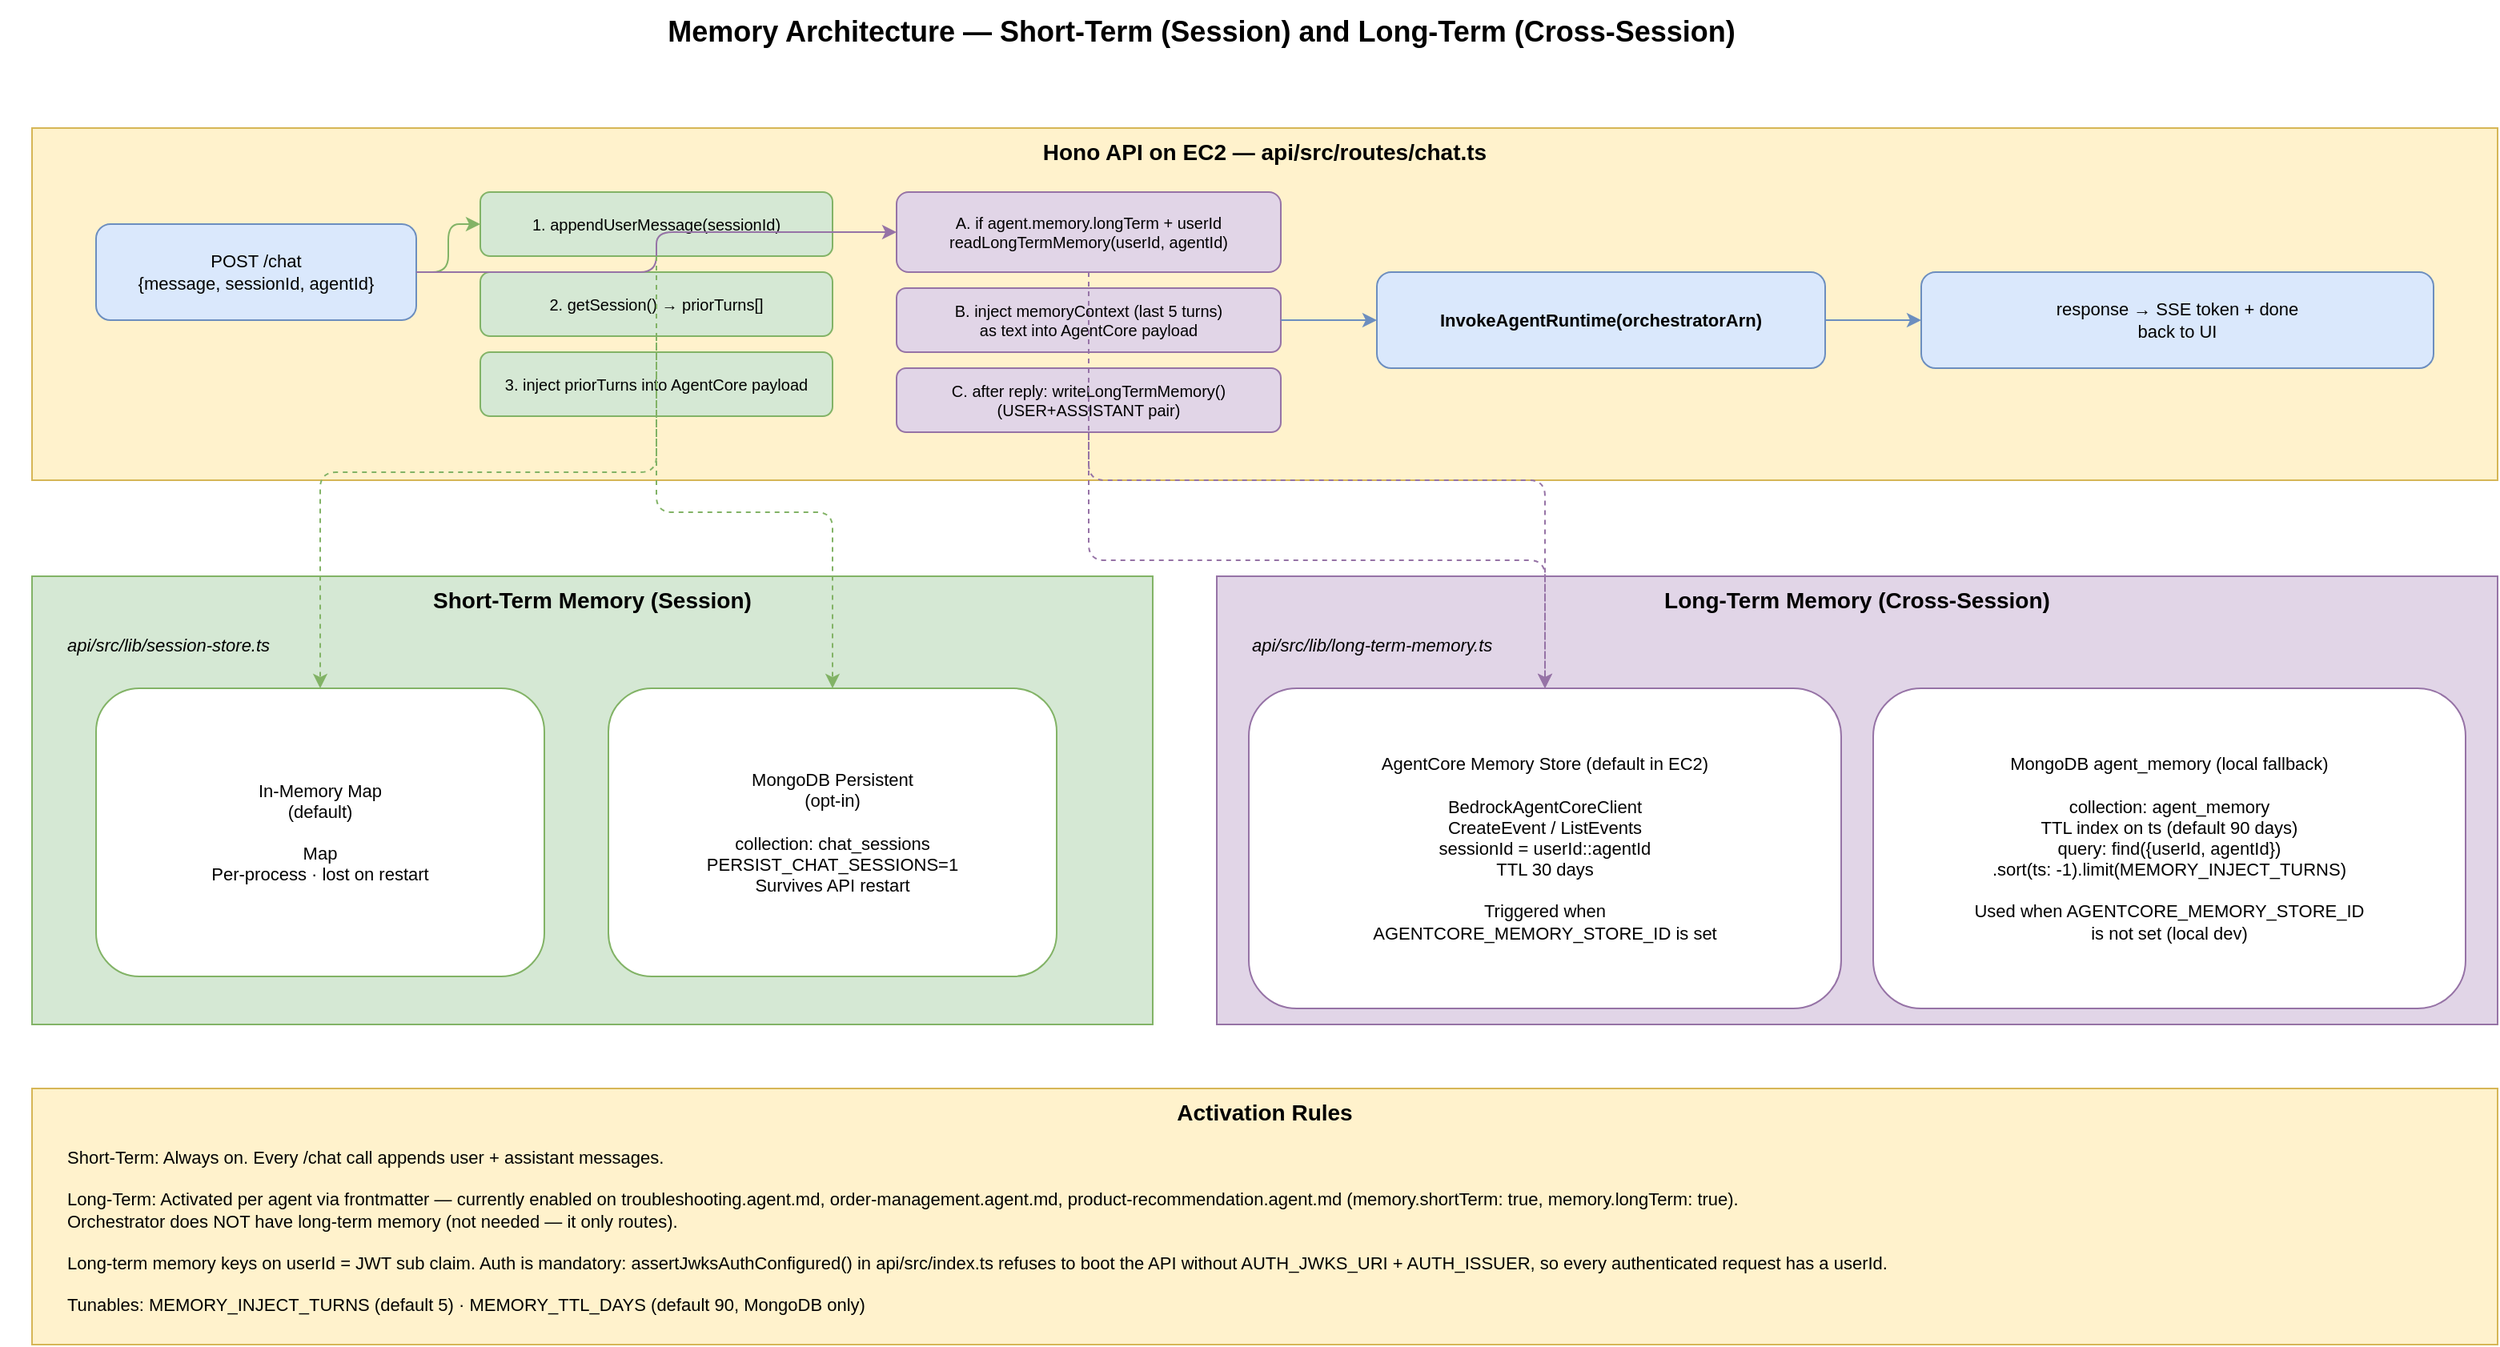
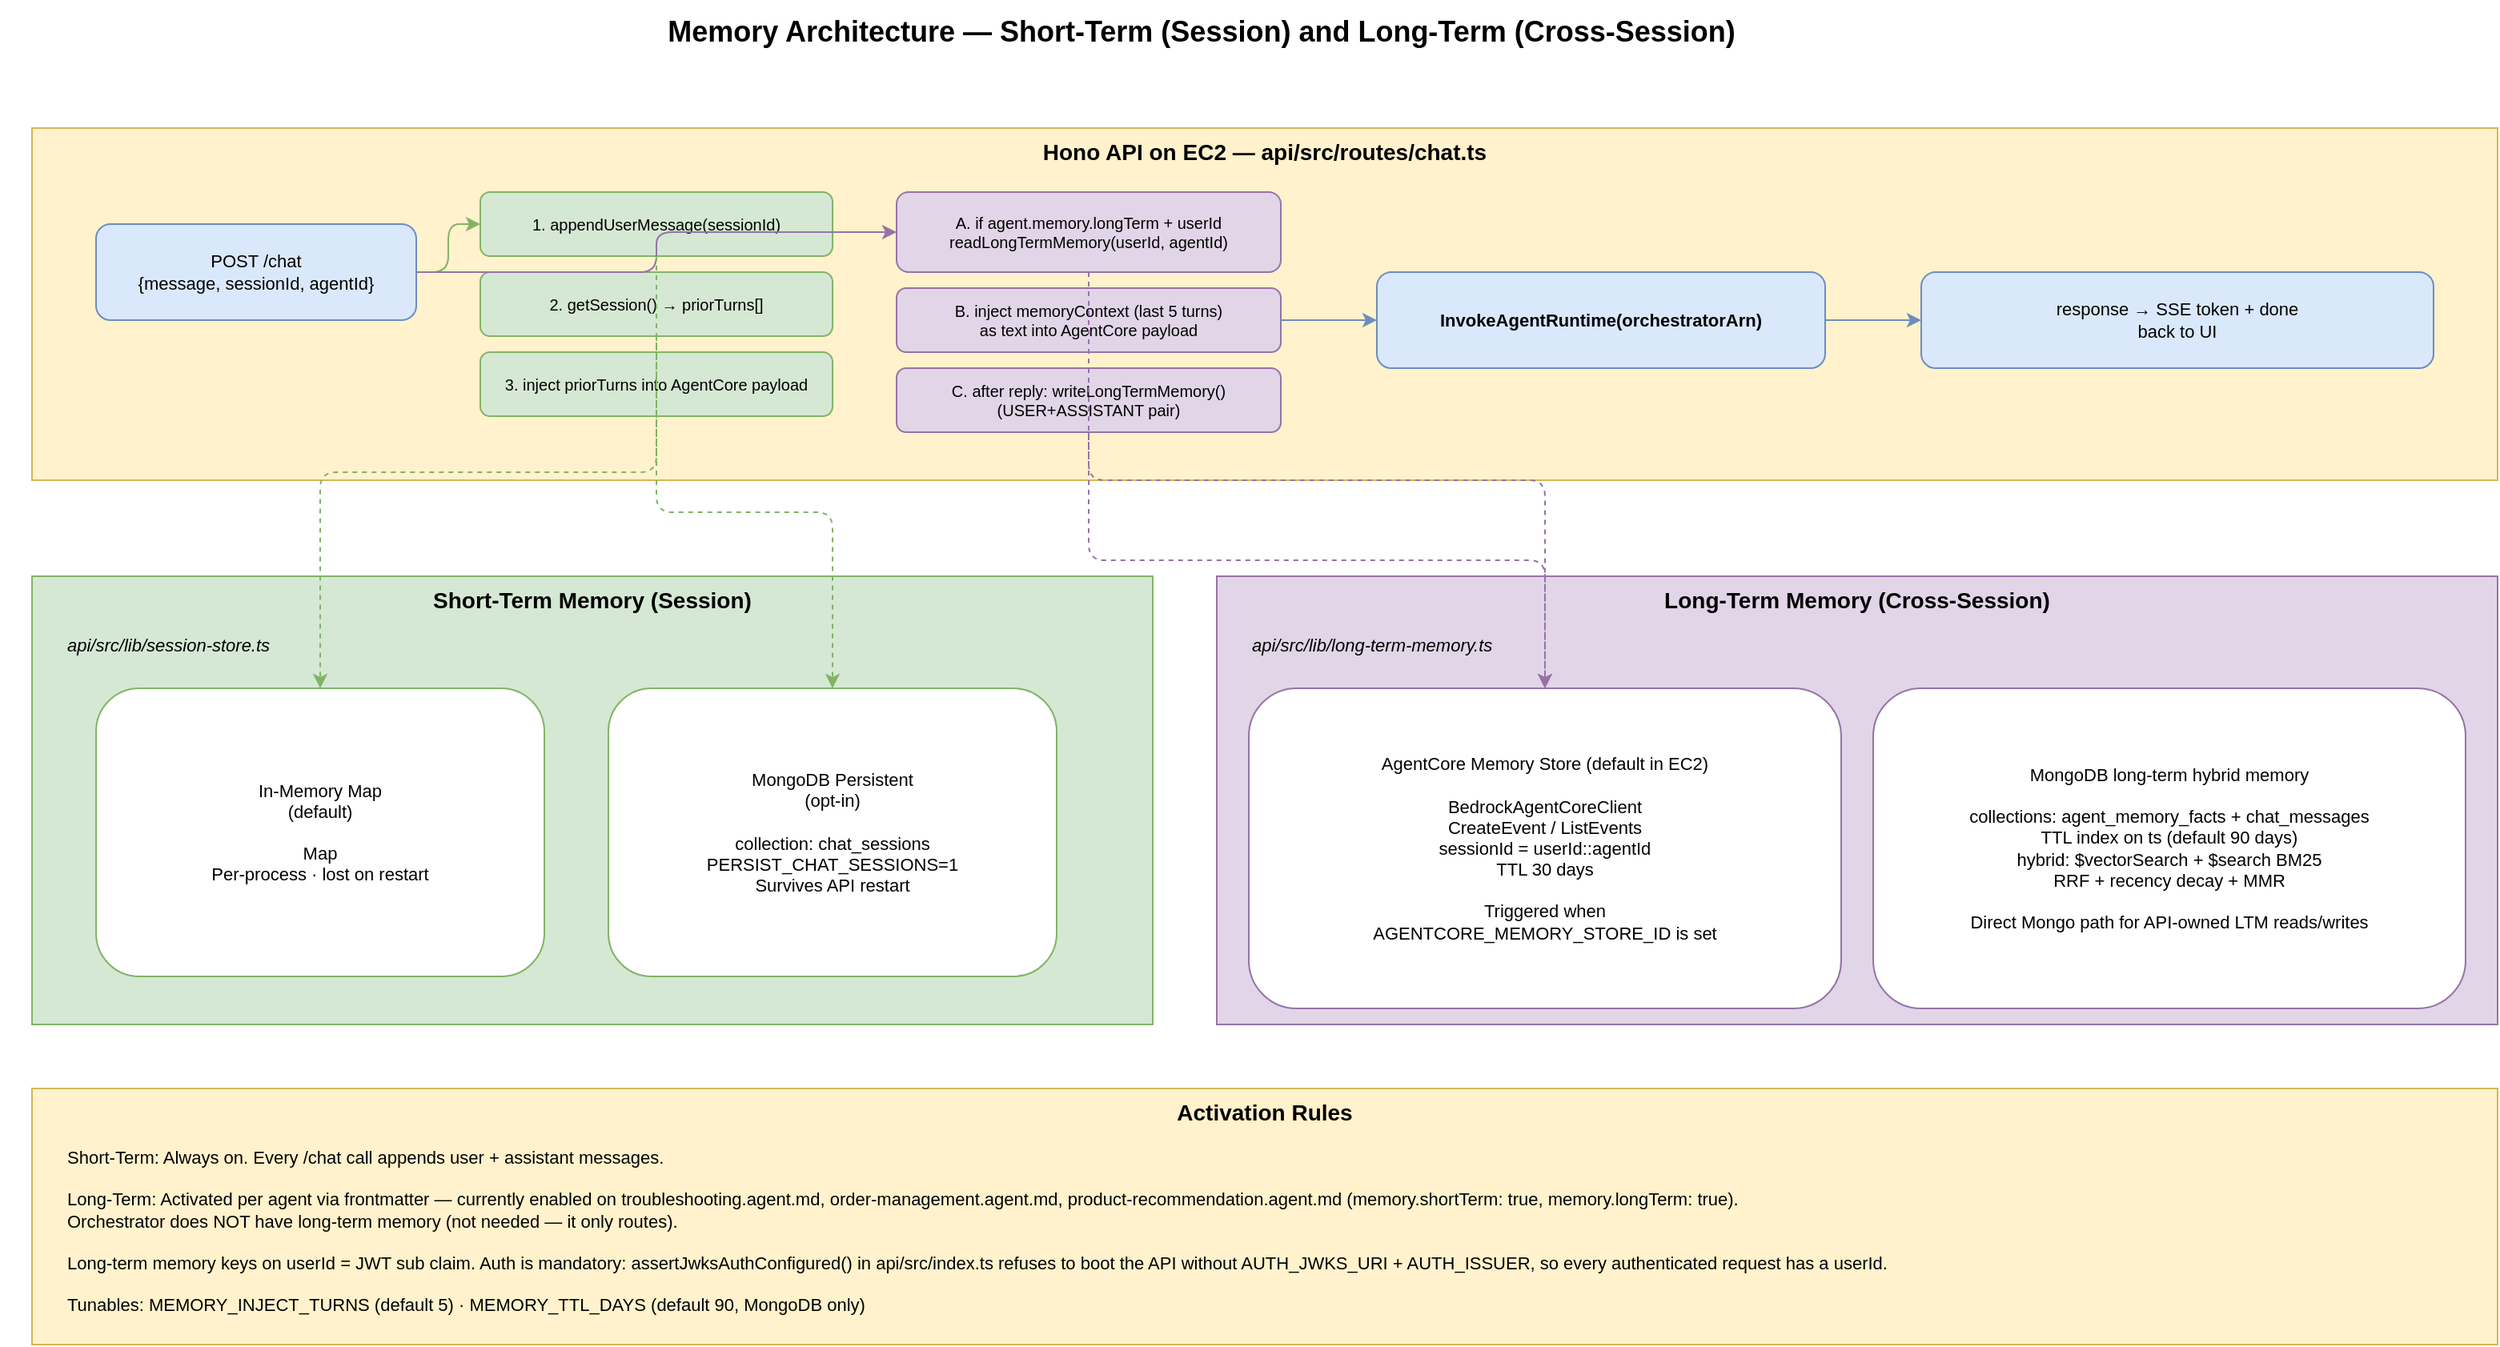
<mxfile host="app.diagrams.net" agent="Claude Code" version="24.0.0">
  <diagram id="memory-arch" name="Memory Architecture">
    <mxGraphModel dx="1600" dy="1000" grid="1" gridSize="10" page="1" pageScale="1" pageWidth="1654" pageHeight="900" math="0" shadow="0">
      <root>
        <mxCell id="0" />
        <mxCell id="1" parent="0" />

        <mxCell id="title" value="Memory Architecture — Short-Term (Session) and Long-Term (Cross-Session)" style="text;html=1;align=center;verticalAlign=middle;fontSize=18;fontStyle=1;" vertex="1" parent="1">
          <mxGeometry x="40" y="20" width="1500" height="40" as="geometry" />
        </mxCell>

        <!-- API box -->
        <mxCell id="api" value="Hono API on EC2 — api/src/routes/chat.ts" style="rounded=0;whiteSpace=wrap;html=1;fillColor=#fff2cc;strokeColor=#d6b656;fontSize=14;fontStyle=1;verticalAlign=top;" vertex="1" parent="1">
          <mxGeometry x="60" y="100" width="1540" height="220" as="geometry" />
        </mxCell>

        <mxCell id="req" value="POST /chat&#xa;{message, sessionId, agentId}" style="rounded=1;whiteSpace=wrap;html=1;fillColor=#dae8fc;strokeColor=#6c8ebf;fontSize=11;" vertex="1" parent="1">
          <mxGeometry x="100" y="160" width="200" height="60" as="geometry" />
        </mxCell>

        <!-- Short-term path -->
        <mxCell id="st-step1" value="1. appendUserMessage(sessionId)" style="rounded=1;whiteSpace=wrap;html=1;fillColor=#d5e8d4;strokeColor=#82b366;fontSize=10;" vertex="1" parent="1">
          <mxGeometry x="340" y="140" width="220" height="40" as="geometry" />
        </mxCell>
        <mxCell id="st-step2" value="2. getSession() → priorTurns[]" style="rounded=1;whiteSpace=wrap;html=1;fillColor=#d5e8d4;strokeColor=#82b366;fontSize=10;" vertex="1" parent="1">
          <mxGeometry x="340" y="190" width="220" height="40" as="geometry" />
        </mxCell>
        <mxCell id="st-step3" value="3. inject priorTurns into AgentCore payload" style="rounded=1;whiteSpace=wrap;html=1;fillColor=#d5e8d4;strokeColor=#82b366;fontSize=10;" vertex="1" parent="1">
          <mxGeometry x="340" y="240" width="220" height="40" as="geometry" />
        </mxCell>

        <!-- Long-term path -->
        <mxCell id="lt-step1" value="A. if agent.memory.longTerm + userId&#xa;readLongTermMemory(userId, agentId)" style="rounded=1;whiteSpace=wrap;html=1;fillColor=#e1d5e7;strokeColor=#9673a6;fontSize=10;" vertex="1" parent="1">
          <mxGeometry x="600" y="140" width="240" height="50" as="geometry" />
        </mxCell>
        <mxCell id="lt-step2" value="B. inject memoryContext (last 5 turns)&#xa;as text into AgentCore payload" style="rounded=1;whiteSpace=wrap;html=1;fillColor=#e1d5e7;strokeColor=#9673a6;fontSize=10;" vertex="1" parent="1">
          <mxGeometry x="600" y="200" width="240" height="40" as="geometry" />
        </mxCell>
        <mxCell id="lt-step3" value="C. after reply: writeLongTermMemory()&#xa;(USER+ASSISTANT pair)" style="rounded=1;whiteSpace=wrap;html=1;fillColor=#e1d5e7;strokeColor=#9673a6;fontSize=10;" vertex="1" parent="1">
          <mxGeometry x="600" y="250" width="240" height="40" as="geometry" />
        </mxCell>

        <mxCell id="invoke" value="InvokeAgentRuntime(orchestratorArn)" style="rounded=1;whiteSpace=wrap;html=1;fillColor=#dae8fc;strokeColor=#6c8ebf;fontSize=11;fontStyle=1;" vertex="1" parent="1">
          <mxGeometry x="900" y="190" width="280" height="60" as="geometry" />
        </mxCell>

        <mxCell id="resp" value="response → SSE token + done&#xa;back to UI" style="rounded=1;whiteSpace=wrap;html=1;fillColor=#dae8fc;strokeColor=#6c8ebf;fontSize=11;" vertex="1" parent="1">
          <mxGeometry x="1240" y="190" width="320" height="60" as="geometry" />
        </mxCell>

        <!-- Short-term storage -->
        <mxCell id="st-box" value="Short-Term Memory (Session)" style="rounded=0;whiteSpace=wrap;html=1;fillColor=#d5e8d4;strokeColor=#82b366;fontSize=14;fontStyle=1;verticalAlign=top;" vertex="1" parent="1">
          <mxGeometry x="60" y="380" width="700" height="280" as="geometry" />
        </mxCell>

        <mxCell id="st-source" value="api/src/lib/session-store.ts" style="text;html=1;align=left;fontSize=11;fontStyle=2;" vertex="1" parent="1">
          <mxGeometry x="80" y="410" width="300" height="20" as="geometry" />
        </mxCell>

        <mxCell id="st-mem" value="In-Memory Map&#xa;(default)&#xa;&#xa;Map&lt;sessionId, SessionRecord&gt;&#xa;Per-process · lost on restart" style="rounded=1;whiteSpace=wrap;html=1;fillColor=#ffffff;strokeColor=#82b366;fontSize=11;" vertex="1" parent="1">
          <mxGeometry x="100" y="450" width="280" height="180" as="geometry" />
        </mxCell>

        <mxCell id="st-mongo" value="MongoDB Persistent&#xa;(opt-in)&#xa;&#xa;collection: chat_sessions&#xa;PERSIST_CHAT_SESSIONS=1&#xa;Survives API restart" style="rounded=1;whiteSpace=wrap;html=1;fillColor=#ffffff;strokeColor=#82b366;fontSize=11;" vertex="1" parent="1">
          <mxGeometry x="420" y="450" width="280" height="180" as="geometry" />
        </mxCell>

        <!-- Long-term storage -->
        <mxCell id="lt-box" value="Long-Term Memory (Cross-Session)" style="rounded=0;whiteSpace=wrap;html=1;fillColor=#e1d5e7;strokeColor=#9673a6;fontSize=14;fontStyle=1;verticalAlign=top;" vertex="1" parent="1">
          <mxGeometry x="800" y="380" width="800" height="280" as="geometry" />
        </mxCell>

        <mxCell id="lt-source" value="api/src/lib/long-term-memory.ts" style="text;html=1;align=left;fontSize=11;fontStyle=2;" vertex="1" parent="1">
          <mxGeometry x="820" y="410" width="300" height="20" as="geometry" />
        </mxCell>

        <mxCell id="lt-ac" value="AgentCore Memory Store (default in EC2)&#xa;&#xa;BedrockAgentCoreClient&#xa;CreateEvent / ListEvents&#xa;sessionId = userId::agentId&#xa;TTL 30 days&#xa;&#xa;Triggered when&#xa;AGENTCORE_MEMORY_STORE_ID is set" style="rounded=1;whiteSpace=wrap;html=1;fillColor=#ffffff;strokeColor=#9673a6;fontSize=11;" vertex="1" parent="1">
          <mxGeometry x="820" y="450" width="370" height="200" as="geometry" />
        </mxCell>

-         <mxCell id="lt-mongo" value="MongoDB agent_memory (local fallback)&#xa;&#xa;collection: agent_memory&#xa;TTL index on ts (default 90 days)&#xa;query: find({userId, agentId})&#xa;.sort(ts: -1).limit(MEMORY_INJECT_TURNS)&#xa;&#xa;Used when AGENTCORE_MEMORY_STORE_ID&#xa;is not set (local dev)" style="rounded=1;whiteSpace=wrap;html=1;fillColor=#ffffff;strokeColor=#9673a6;fontSize=11;" vertex="1" parent="1">
+         <mxCell id="lt-mongo" value="MongoDB long-term hybrid memory&#xa;&#xa;collections: agent_memory_facts + chat_messages&#xa;TTL index on ts (default 90 days)&#xa;hybrid: $vectorSearch + $search BM25&#xa;RRF + recency decay + MMR&#xa;&#xa;Direct Mongo path for API-owned LTM reads/writes" style="rounded=1;whiteSpace=wrap;html=1;fillColor=#ffffff;strokeColor=#9673a6;fontSize=11;" vertex="1" parent="1">
          <mxGeometry x="1210" y="450" width="370" height="200" as="geometry" />
        </mxCell>

        <!-- Activation rules -->
        <mxCell id="rules-box" value="Activation Rules" style="rounded=0;whiteSpace=wrap;html=1;fillColor=#fff2cc;strokeColor=#d6b656;fontSize=14;fontStyle=1;verticalAlign=top;" vertex="1" parent="1">
          <mxGeometry x="60" y="700" width="1540" height="160" as="geometry" />
        </mxCell>

        <mxCell id="rules" value="Short-Term: Always on. Every /chat call appends user + assistant messages.&#xa;&#xa;Long-Term: Activated per agent via frontmatter — currently enabled on troubleshooting.agent.md, order-management.agent.md, product-recommendation.agent.md (memory.shortTerm: true, memory.longTerm: true).&#xa;Orchestrator does NOT have long-term memory (not needed — it only routes).&#xa;&#xa;Long-term memory keys on userId = JWT sub claim. Auth is mandatory: assertJwksAuthConfigured() in api/src/index.ts refuses to boot the API without AUTH_JWKS_URI + AUTH_ISSUER, so every authenticated request has a userId.&#xa;&#xa;Tunables: MEMORY_INJECT_TURNS (default 5)  ·  MEMORY_TTL_DAYS (default 90, MongoDB only)" style="text;html=1;align=left;verticalAlign=top;fontSize=11;" vertex="1" parent="1">
          <mxGeometry x="80" y="730" width="1500" height="120" as="geometry" />
        </mxCell>

        <!-- Connectors -->
        <mxCell id="c1" style="edgeStyle=orthogonalEdgeStyle;strokeColor=#82b366;" edge="1" parent="1" source="req" target="st-step1">
          <mxGeometry relative="1" as="geometry" />
        </mxCell>
        <mxCell id="c2" style="edgeStyle=orthogonalEdgeStyle;strokeColor=#9673a6;" edge="1" parent="1" source="req" target="lt-step1">
          <mxGeometry relative="1" as="geometry" />
        </mxCell>
        <mxCell id="c3" style="edgeStyle=orthogonalEdgeStyle;strokeColor=#6c8ebf;" edge="1" parent="1" source="lt-step2" target="invoke">
          <mxGeometry relative="1" as="geometry" />
        </mxCell>
        <mxCell id="c4" style="edgeStyle=orthogonalEdgeStyle;strokeColor=#6c8ebf;" edge="1" parent="1" source="invoke" target="resp">
          <mxGeometry relative="1" as="geometry" />
        </mxCell>
        <mxCell id="c5" style="edgeStyle=orthogonalEdgeStyle;strokeColor=#82b366;dashed=1;" edge="1" parent="1" source="st-step1" target="st-mem">
          <mxGeometry relative="1" as="geometry" />
        </mxCell>
        <mxCell id="c6" style="edgeStyle=orthogonalEdgeStyle;strokeColor=#82b366;dashed=1;" edge="1" parent="1" source="st-step2" target="st-mongo">
          <mxGeometry relative="1" as="geometry" />
        </mxCell>
        <mxCell id="c7" style="edgeStyle=orthogonalEdgeStyle;strokeColor=#9673a6;dashed=1;" edge="1" parent="1" source="lt-step1" target="lt-ac">
          <mxGeometry relative="1" as="geometry" />
        </mxCell>
        <mxCell id="c8" style="edgeStyle=orthogonalEdgeStyle;strokeColor=#9673a6;dashed=1;" edge="1" parent="1" source="lt-step3" target="lt-ac">
          <mxGeometry relative="1" as="geometry" />
        </mxCell>
      </root>
    </mxGraphModel>
  </diagram>
</mxfile>
